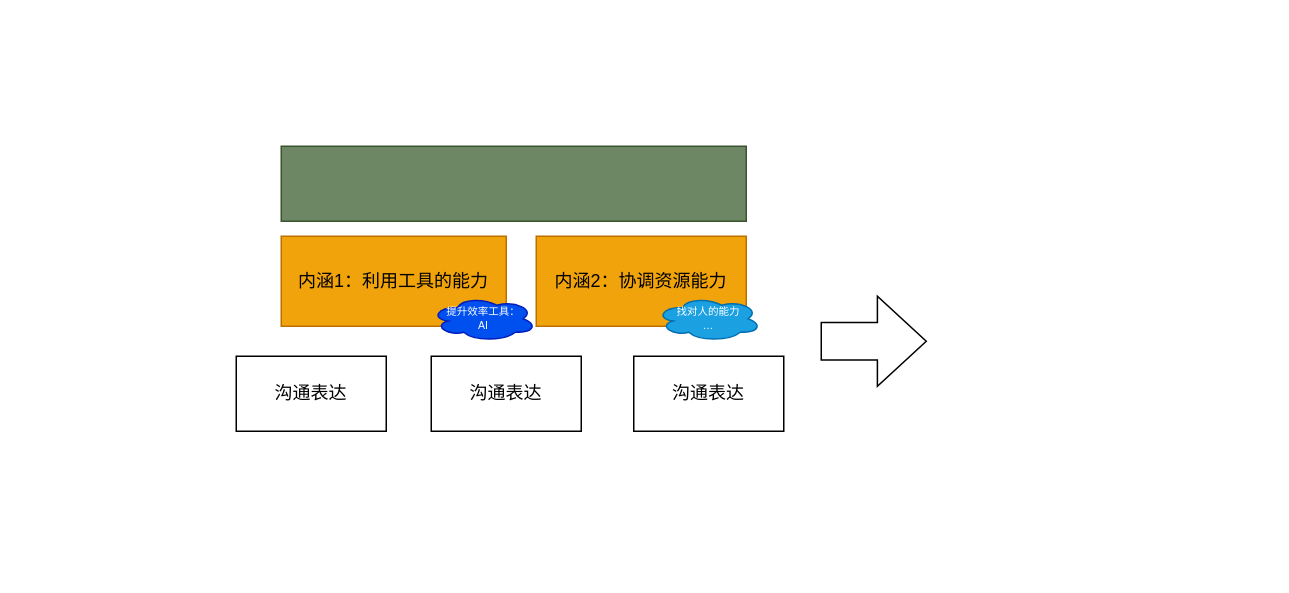
This is 会议.drawio from cwsheng/drawingio, a draw.io file, before an edit. Source tidied: cells renumbered, new cells numbered last; positions are measured from the earlier drawing's top-left corner, leaving out a move shared by most shapes. Both pictures are drawn from the tidied source at 150%, with x=0, y=0 at pixel (236, 146).
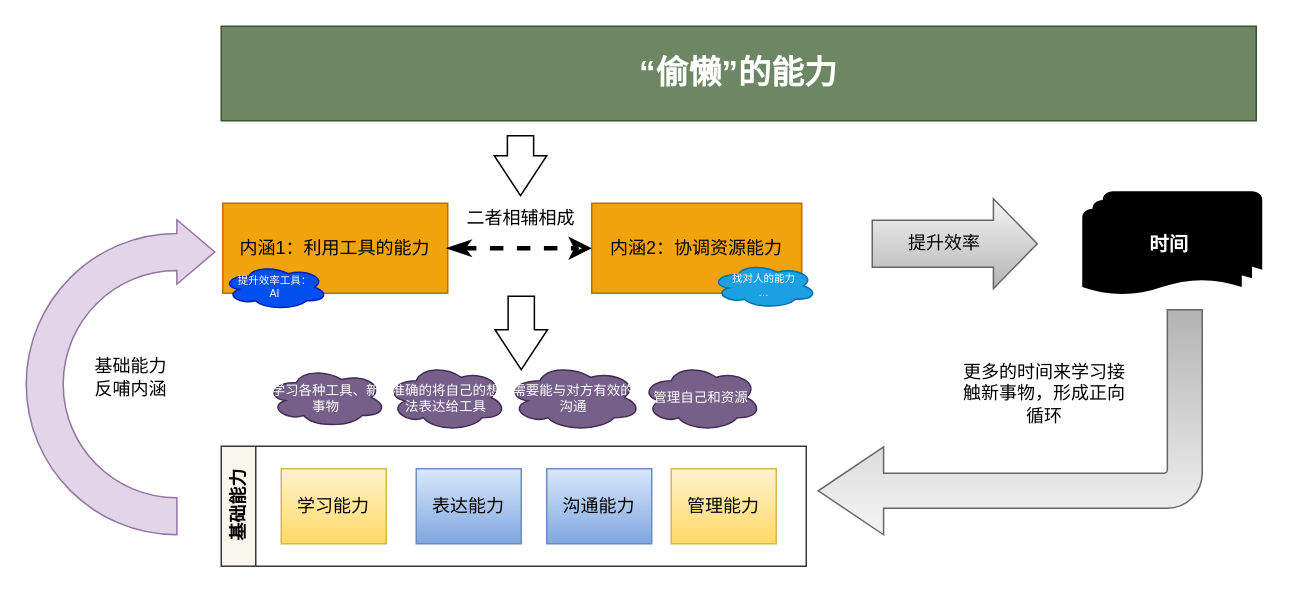
After the change.

Change to the diagram source:
```diff
@@
-    <mxCell id="2" style="rounded=0;whiteSpace=wrap;html=1;fillColor=#6d8764;fontColor=#ffffff;strokeColor=#3A5431;" parent="1" vertex="1">
-      <mxGeometry x="30" width="310" height="50" as="geometry" />
+    <mxCell id="2" value="“偷懒”的能力" style="rounded=0;whiteSpace=wrap;html=1;fillColor=#6d8764;fontColor=#ffffff;strokeColor=#3A5431;fontStyle=1;fontSize=22;" parent="1" vertex="1">
+      <mxGeometry x="-10" y="-80" width="690" height="63" as="geometry" />
     </mxCell>
     <mxCell id="3" value="内涵1：利用工具的能力" style="rounded=0;whiteSpace=wrap;html=1;fillColor=#f0a30a;fontColor=#000000;strokeColor=#BD7000;" parent="1" vertex="1">
-      <mxGeometry x="30" y="60" width="150" height="60" as="geometry" />
+      <mxGeometry x="-9" y="38" width="150" height="60" as="geometry" />
     </mxCell>
     <mxCell id="4" value="内涵2：协调资源能力" style="rounded=0;whiteSpace=wrap;html=1;fillColor=#f0a30a;fontColor=#000000;strokeColor=#BD7000;" parent="1" vertex="1">
-      <mxGeometry x="200" y="60" width="140" height="60" as="geometry" />
+      <mxGeometry x="237" y="38" width="140" height="60" as="geometry" />
     </mxCell>
     <mxCell id="5" value="提升效率工具：&lt;br&gt;AI" style="ellipse;shape=cloud;whiteSpace=wrap;html=1;fillColor=#0050ef;fontColor=#ffffff;strokeColor=#001DBC;fontSize=7;" parent="1" vertex="1">
-      <mxGeometry x="130" y="100" width="70" height="30" as="geometry" />
+      <mxGeometry x="-9" y="79" width="70" height="30" as="geometry" />
     </mxCell>
     <mxCell id="6" value="找对人的能力&lt;br&gt;…" style="ellipse;shape=cloud;whiteSpace=wrap;html=1;fontSize=7;fillColor=#1ba1e2;fontColor=#ffffff;strokeColor=#006EAF;" parent="1" vertex="1">
-      <mxGeometry x="280" y="100" width="70" height="30" as="geometry" />
+      <mxGeometry x="317" y="78" width="70" height="30" as="geometry" />
     </mxCell>
-    <mxCell id="7" style="shape=singleArrow;whiteSpace=wrap;html=1;arrowWidth=0.4190476190476204;arrowSize=0.46530612244897857;" parent="1" vertex="1">
-      <mxGeometry x="390" y="100" width="70" height="60" as="geometry" />
+    <mxCell id="7" value="提升效率&amp;nbsp; &amp;nbsp;&amp;nbsp;" style="shape=singleArrow;whiteSpace=wrap;html=1;arrowWidth=0.5238095238095241;arrowSize=0.26571428571428496;align=center;fillColor=#f5f5f5;gradientColor=#b3b3b3;strokeColor=#666666;" parent="1" vertex="1">
+      <mxGeometry x="424" y="35" width="110" height="60" as="geometry" />
     </mxCell>
+    <mxCell id="11" value="时间&amp;nbsp;" style="strokeWidth=2;html=1;shape=mxgraph.flowchart.multi-document;whiteSpace=wrap;fontStyle=1;fontSize=13;fillColor=light-dark(#E51400,#B8B4C6);fontColor=#ffffff;strokeColor=none;shadow=0;gradientColor=light-dark(#000000,#000099);gradientDirection=east;" parent="1" vertex="1">
+      <mxGeometry x="564" y="30" width="120" height="70" as="geometry" />
+    </mxCell>
+    <mxCell id="12" style="group;" parent="1" vertex="1">
+      <mxGeometry y="200" width="380" height="80" as="geometry" />
+    </mxCell>
+    <mxCell id="9" value="学习能力" style="rounded=0;whiteSpace=wrap;html=1;fillColor=#fff2cc;gradientColor=#ffd966;strokeColor=#d6b656;" parent="12" vertex="1">
+      <mxGeometry x="30" y="15" width="70" height="50" as="geometry" />
+    </mxCell>
+    <mxCell id="13" value="基础能力" style="swimlane;horizontal=0;whiteSpace=wrap;html=1;fillColor=#f9f7ed;strokeColor=#36393d;" parent="12" vertex="1">
+      <mxGeometry x="-10" width="390" height="80" as="geometry" />
+    </mxCell>
+    <mxCell id="10" value="管理能力" style="rounded=0;whiteSpace=wrap;html=1;fillColor=#fff2cc;strokeColor=#d6b656;gradientColor=#ffd966;" parent="13" vertex="1">
+      <mxGeometry x="300" y="15" width="70" height="50" as="geometry" />
+    </mxCell>
+    <mxCell id="14" value="沟通能力" style="rounded=0;whiteSpace=wrap;html=1;fillColor=#dae8fc;gradientColor=#7ea6e0;strokeColor=#6c8ebf;" parent="13" vertex="1">
+      <mxGeometry x="217" y="15" width="70" height="50" as="geometry" />
+    </mxCell>
-    <mxCell id="8" value="沟通表达" style="rounded=0;whiteSpace=wrap;html=1;" parent="1" vertex="1">
-      <mxGeometry x="130" y="140" width="100" height="50" as="geometry" />
+    <mxCell id="8" value="表达能力" style="rounded=0;whiteSpace=wrap;html=1;fillColor=#dae8fc;gradientColor=#7ea6e0;strokeColor=#6c8ebf;" parent="13" vertex="1">
+      <mxGeometry x="130" y="15" width="70" height="50" as="geometry" />
     </mxCell>
-    <mxCell id="9" value="沟通表达" style="rounded=0;whiteSpace=wrap;html=1;" parent="1" vertex="1">
-      <mxGeometry y="140" width="100" height="50" as="geometry" />
-    </mxCell>
-    <mxCell id="10" value="沟通表达" style="rounded=0;whiteSpace=wrap;html=1;" parent="1" vertex="1">
-      <mxGeometry x="265" y="140" width="100" height="50" as="geometry" />
-    </mxCell>
+    <mxCell id="15" style="html=1;shadow=0;dashed=0;align=center;verticalAlign=middle;shape=mxgraph.arrows2.arrow;dy=0.5;dx=26.71;direction=south;notch=0;" parent="1" vertex="1">
+      <mxGeometry x="172.5" y="100" width="35" height="49" as="geometry" />
+    </mxCell>
+    <mxCell id="16" style="html=1;shadow=0;dashed=0;align=center;verticalAlign=middle;shape=mxgraph.arrows2.arrow;dy=0.5;dx=26.71;direction=south;notch=0;" parent="1" vertex="1">
+      <mxGeometry x="172" y="-7" width="35" height="40" as="geometry" />
+    </mxCell>
+    <mxCell id="17" style="html=1;shadow=0;dashed=0;align=center;verticalAlign=middle;shape=mxgraph.arrows2.bendArrow;dy=11.64;dx=43.57;notch=0;arrowHead=58.62;rounded=1;rotation=-180;fillColor=#f5f5f5;strokeColor=#666666;gradientColor=#b3b3b3;" parent="1" vertex="1">
+      <mxGeometry x="388" y="109" width="256" height="150" as="geometry" />
+    </mxCell>
+    <mxCell id="18" value="更多的时间来学习接触新事物，形成正向循环" style="text;html=1;whiteSpace=wrap;strokeColor=none;fillColor=none;align=center;verticalAlign=middle;rounded=0;" parent="1" vertex="1">
+      <mxGeometry x="484" y="145" width="110" height="40" as="geometry" />
+    </mxCell>
+    <mxCell id="19" value="学习各种工具、新事物" style="ellipse;shape=cloud;whiteSpace=wrap;html=1;fontSize=9;fillColor=#76608a;fontColor=#ffffff;strokeColor=#432D57;" parent="1" vertex="1">
+      <mxGeometry x="20" y="147.5" width="80" height="40" as="geometry" />
+    </mxCell>
+    <mxCell id="20" value="准确的将自己的想法表达给工具" style="ellipse;shape=cloud;whiteSpace=wrap;html=1;fontSize=9;fillColor=#76608a;fontColor=#ffffff;strokeColor=#432D57;" parent="1" vertex="1">
+      <mxGeometry x="100" y="145" width="80" height="45" as="geometry" />
+    </mxCell>
+    <mxCell id="21" value="需要能与对方有效的沟通" style="ellipse;shape=cloud;whiteSpace=wrap;html=1;fontSize=9;fillColor=#76608a;fontColor=#ffffff;strokeColor=#432D57;" parent="1" vertex="1">
+      <mxGeometry x="180" y="145" width="90" height="45" as="geometry" />
+    </mxCell>
+    <mxCell id="22" value="管理自己和资源" style="ellipse;shape=cloud;whiteSpace=wrap;html=1;fontSize=9;fillColor=#76608a;fontColor=#ffffff;strokeColor=#432D57;" parent="1" vertex="1">
+      <mxGeometry x="270" y="145" width="80" height="45" as="geometry" />
+    </mxCell>
+    <mxCell id="23" style="endArrow=classic;dashed=1;html=1;rounded=0;fontSize=16;startArrow=classicThin;startFill=0;endFill=0;strokeWidth=3;exitX=1;exitY=0.5;exitDx=0;exitDy=0;entryX=0;entryY=0.5;entryDx=0;entryDy=0;" parent="1" edge="1" source="3" target="4">
+      <mxGeometry relative="1" as="geometry" />
+    </mxCell>
+    <mxCell id="24" value="二者相辅相成" style="text;html=1;whiteSpace=wrap;strokeColor=none;fillColor=none;align=center;verticalAlign=middle;rounded=0;fontColor=light-dark(#000000,#FF0000);" parent="1" vertex="1">
+      <mxGeometry x="150" y="38" width="80" height="20" as="geometry" />
+    </mxCell>
+    <mxCell id="25" style="html=1;shadow=0;dashed=0;align=center;verticalAlign=middle;shape=mxgraph.arrows2.uTurnArrow;dy=12.33;arrowHead=43;dx2=25.25;fillColor=#e1d5e7;strokeColor=#9673a6;" parent="1" vertex="1">
+      <mxGeometry x="-140" y="49" width="70" height="210" as="geometry" />
+    </mxCell>
+    <mxCell id="26" value="基础能力反哺内涵" style="text;html=1;whiteSpace=wrap;strokeColor=none;fillColor=none;align=center;verticalAlign=middle;rounded=0;" parent="1" vertex="1">
+      <mxGeometry x="-100" y="139" width="60" height="30" as="geometry" />
+    </mxCell>
```
